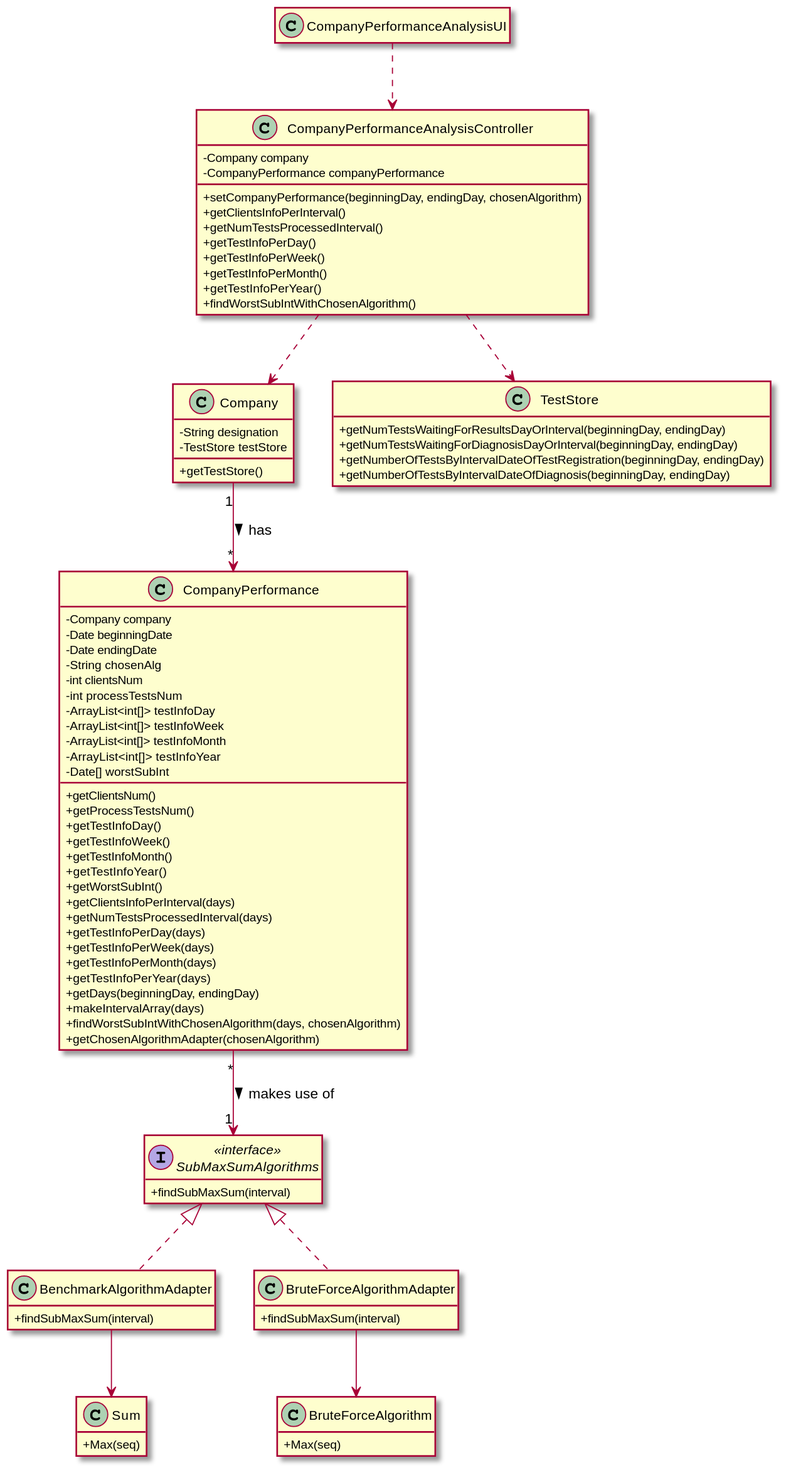
ana-albergaria/LAPR2-ISEP keeps this PlantUML diagram as docs/SprintD/US_16/US016_CD.svg. Above is the earlier version.
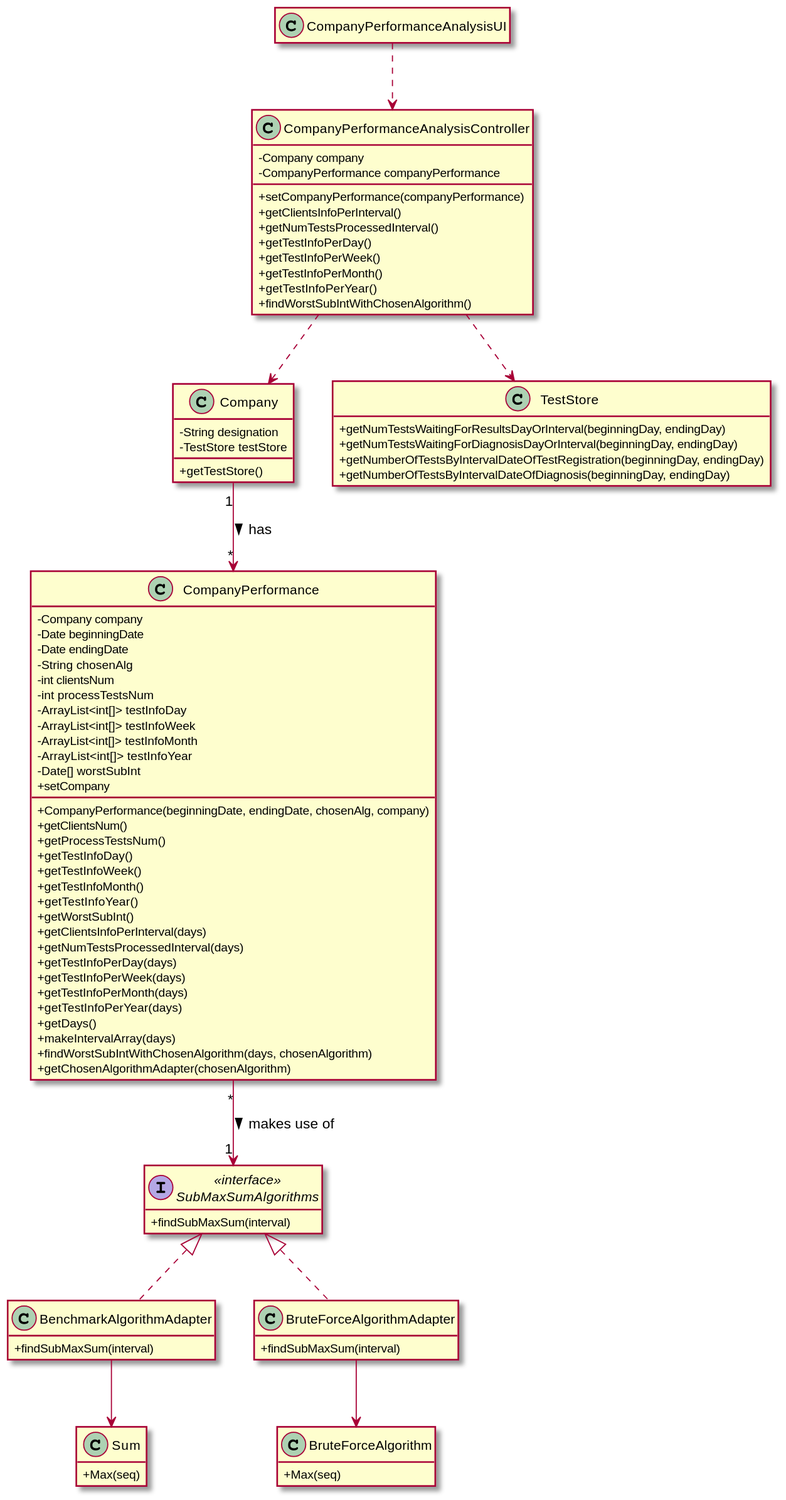
The same file after the commit.

The edit, as a diff of the source:
```diff
@@ -19,7 +19,7 @@
 class CompanyPerformanceAnalysisController{
     - Company company
     - CompanyPerformance companyPerformance
-    + setCompanyPerformance(beginningDay, endingDay, chosenAlgorithm)
+    + setCompanyPerformance(companyPerformance)
     + getClientsInfoPerInterval()
     + getNumTestsProcessedInterval()
     + getTestInfoPerDay()
@@ -64,6 +64,8 @@
     - ArrayList<int[]> testInfoMonth
     - ArrayList<int[]> testInfoYear
     - Date[] worstSubInt
+    + setCompany
+    + CompanyPerformance(beginningDate, endingDate, chosenAlg, company)
     + getClientsNum()
     + getProcessTestsNum()
     + getTestInfoDay()
@@ -77,7 +79,7 @@
     + getTestInfoPerWeek(days)
     + getTestInfoPerMonth(days)
     + getTestInfoPerYear(days)
-    + getDays(beginningDay, endingDay)
+    + getDays()
     + makeIntervalArray(days)
     + findWorstSubIntWithChosenAlgorithm(days, chosenAlgorithm)
     + getChosenAlgorithmAdapter(chosenAlgorithm)
```
